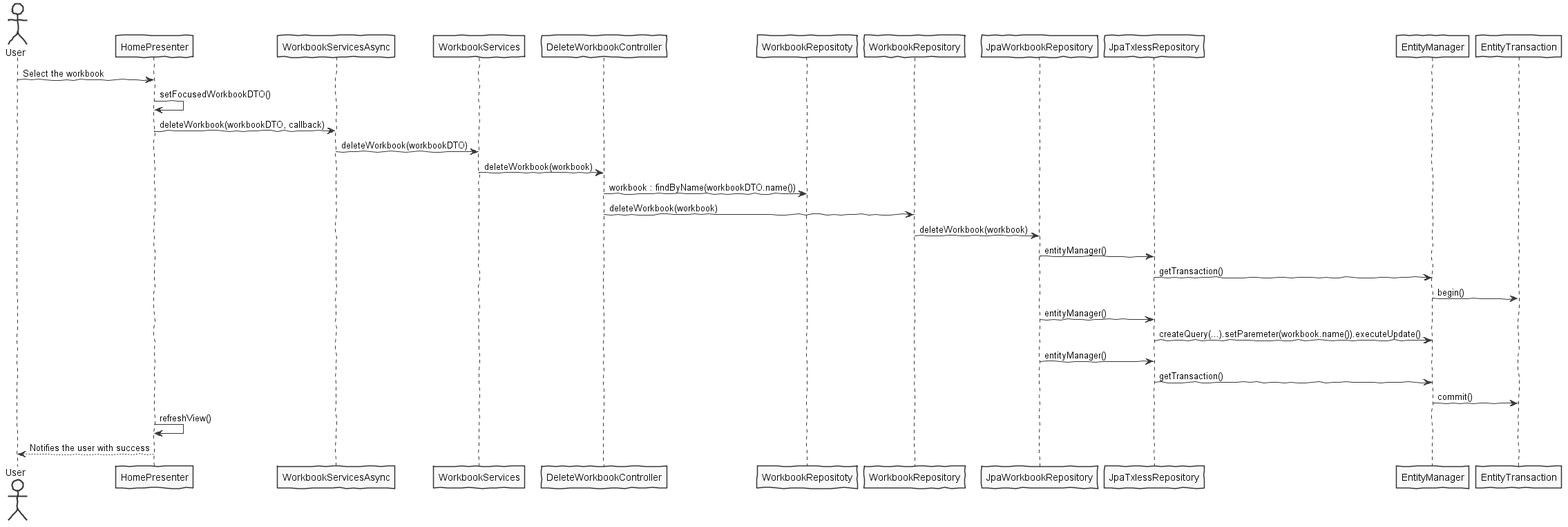
Fuel4us/EventManagingApp keeps this PlantUML diagram as docs/green/1140572/sp1/deleteSD.png. Above is the earlier version. Its source is kept beside it as docs/green/1140572/sp1/deleteSD.puml.
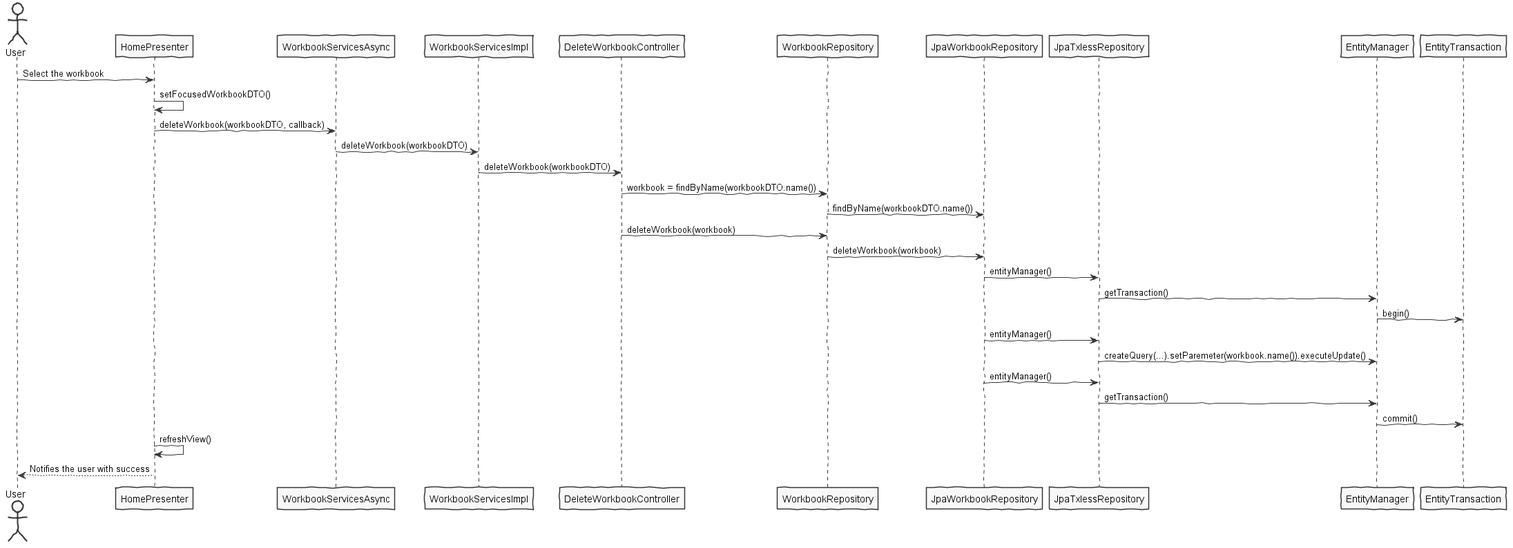
After the change.

Diff of the diagram source:
```diff
@@ -10,9 +10,10 @@
 User->HomePresenter : Select the workbook
 HomePresenter->HomePresenter : setFocusedWorkbookDTO()
 HomePresenter -> WorkbookServicesAsync : deleteWorkbook(workbookDTO, callback)
-WorkbookServicesAsync -> WorkbookServices: deleteWorkbook(workbookDTO)
-WorkbookServices -> DeleteWorkbookController : deleteWorkbook(workbook)
-DeleteWorkbookController->WorkbookRepositoty : workbook : findByName(workbookDTO.name())
+WorkbookServicesAsync -> WorkbookServicesImpl: deleteWorkbook(workbookDTO)
+WorkbookServicesImpl -> DeleteWorkbookController : deleteWorkbook(workbookDTO)
+DeleteWorkbookController->WorkbookRepository : workbook = findByName(workbookDTO.name())
+WorkbookRepository->JpaWorkbookRepository : findByName(workbookDTO.name())
 DeleteWorkbookController->WorkbookRepository : deleteWorkbook(workbook)
 WorkbookRepository->JpaWorkbookRepository : deleteWorkbook(workbook)
 JpaWorkbookRepository -> JpaTxlessRepository : entityManager()
```
